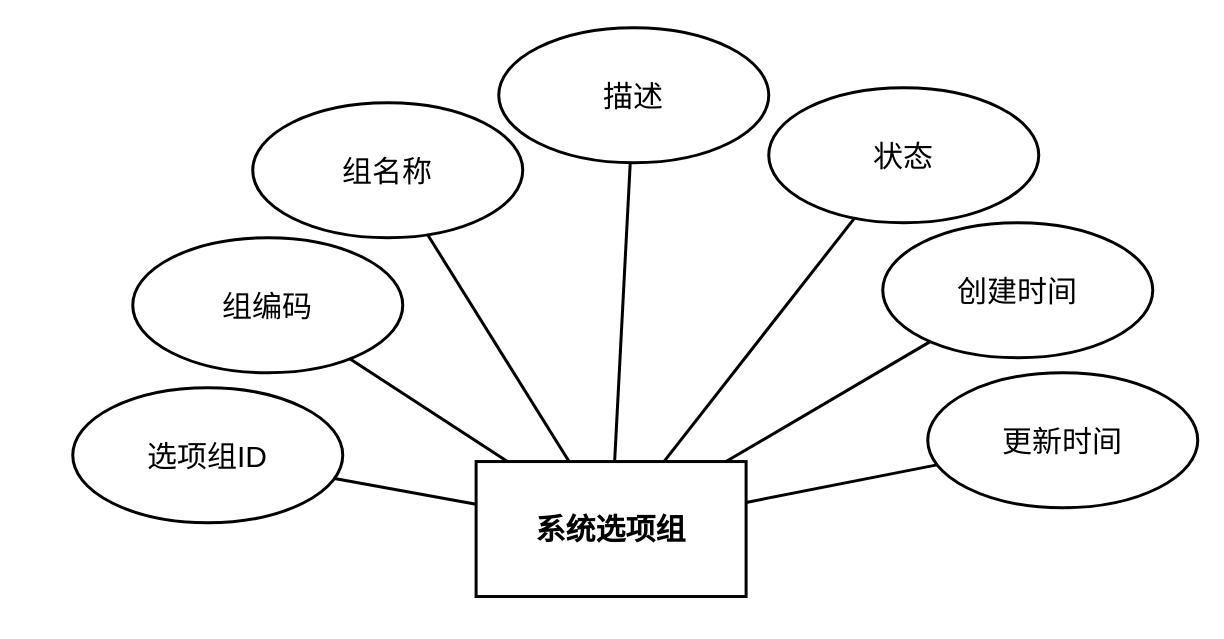
612cs/TrailQuest keeps this draw.io diagram as DOCS/architecture-diagrams/sources/实体图/system_option_groups/system_option_groups_entity.drawio. Above is the earlier version. Source tidied: cells renumbered, new cells numbered last; positions are measured from the earlier drawing's top-left corner, leaving out a move shared by most shapes. Both pictures are drawn from the tidied source at 150%, with x=0, y=0 at pixel (72, 27).
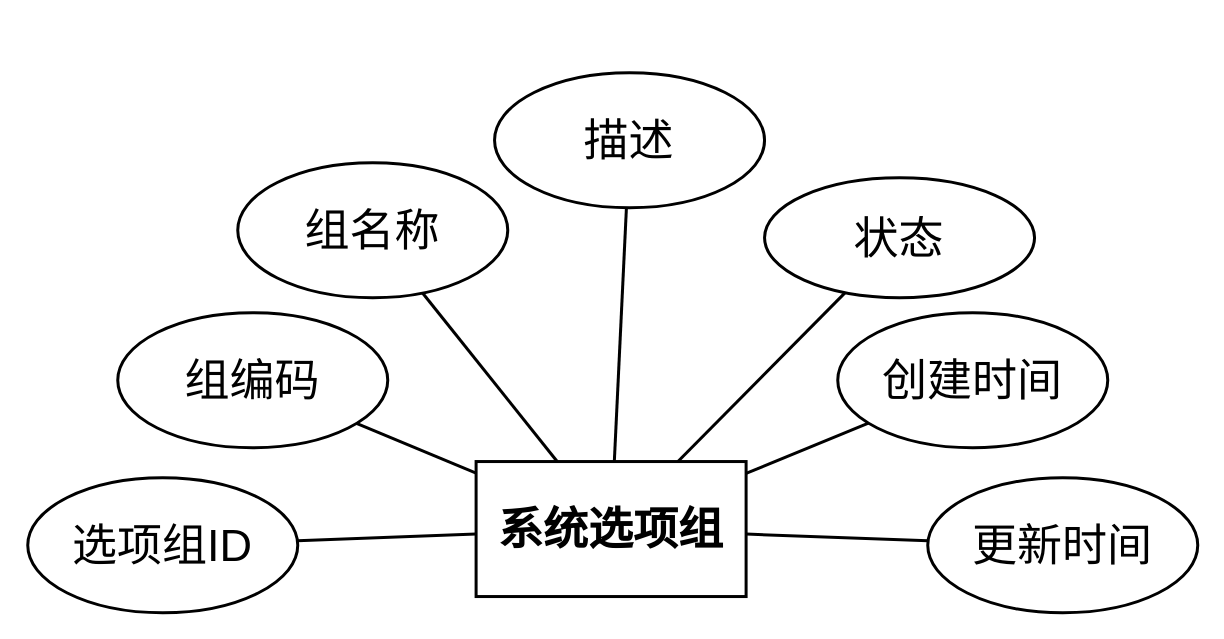
After the change.

What changed in the source:
```diff
@@
 <mxGraphModel>
   <root>
     <mxCell id="0" />
     <mxCell id="1" parent="0" />
-    <mxCell id="2" value="系统选项组" style="rounded=0;whiteSpace=wrap;html=1;fillColor=none;strokeColor=#000000;fontColor=#000000;fontFamily=Arial;fontSize=20;fontStyle=1;align=center;verticalAlign=middle;strokeWidth=2;gradientColor=none;shadow=0;glass=0;" parent="1" vertex="1">
+    <mxCell id="2" value="系统选项组" style="rounded=0;whiteSpace=wrap;html=1;fillColor=none;strokeColor=#000000;fontColor=#000000;fontFamily=Arial;fontSize=30;fontStyle=1;align=center;verticalAlign=middle;strokeWidth=2;gradientColor=none;shadow=0;glass=0;" parent="1" vertex="1">
       <mxGeometry x="268.9" y="289.2" width="180" height="90" as="geometry" />
     </mxCell>
-    <mxCell id="3" value="选项组ID" style="ellipse;whiteSpace=wrap;html=1;fillColor=none;strokeColor=#000000;fontColor=#000000;fontFamily=Arial;fontSize=20;align=center;verticalAlign=middle;strokeWidth=2;gradientColor=none;shadow=0;glass=0;" parent="1" vertex="1">
-      <mxGeometry y="240" width="180" height="90" as="geometry" />
+    <mxCell id="3" value="选项组ID" style="ellipse;whiteSpace=wrap;html=1;fillColor=none;strokeColor=#000000;fontColor=#000000;fontFamily=Arial;fontSize=30;align=center;verticalAlign=middle;strokeWidth=2;gradientColor=none;shadow=0;glass=0;" parent="1" vertex="1">
+      <mxGeometry x="-30" y="300" width="180" height="90" as="geometry" />
     </mxCell>
-    <mxCell id="4" value="组编码" style="ellipse;whiteSpace=wrap;html=1;fillColor=none;strokeColor=#000000;fontColor=#000000;fontFamily=Arial;fontSize=20;align=center;verticalAlign=middle;strokeWidth=2;gradientColor=none;shadow=0;glass=0;" parent="1" vertex="1">
-      <mxGeometry x="40" y="140" width="180" height="90" as="geometry" />
+    <mxCell id="4" value="组编码" style="ellipse;whiteSpace=wrap;html=1;fillColor=none;strokeColor=#000000;fontColor=#000000;fontFamily=Arial;fontSize=30;align=center;verticalAlign=middle;strokeWidth=2;gradientColor=none;shadow=0;glass=0;" parent="1" vertex="1">
+      <mxGeometry x="30" y="190" width="180" height="90" as="geometry" />
     </mxCell>
-    <mxCell id="5" value="组名称" style="ellipse;whiteSpace=wrap;html=1;fillColor=none;strokeColor=#000000;fontColor=#000000;fontFamily=Arial;fontSize=20;align=center;verticalAlign=middle;strokeWidth=2;gradientColor=none;shadow=0;glass=0;" parent="1" vertex="1">
-      <mxGeometry x="120" y="50" width="180" height="90" as="geometry" />
+    <mxCell id="5" value="组名称" style="ellipse;whiteSpace=wrap;html=1;fillColor=none;strokeColor=#000000;fontColor=#000000;fontFamily=Arial;fontSize=30;align=center;verticalAlign=middle;strokeWidth=2;gradientColor=none;shadow=0;glass=0;" parent="1" vertex="1">
+      <mxGeometry x="110" y="90" width="180" height="90" as="geometry" />
     </mxCell>
-    <mxCell id="6" value="描述" style="ellipse;whiteSpace=wrap;html=1;fillColor=none;strokeColor=#000000;fontColor=#000000;fontFamily=Arial;fontSize=20;align=center;verticalAlign=middle;strokeWidth=2;gradientColor=none;shadow=0;glass=0;" parent="1" vertex="1">
-      <mxGeometry x="284" width="180" height="90" as="geometry" />
+    <mxCell id="6" value="描述" style="ellipse;whiteSpace=wrap;html=1;fillColor=none;strokeColor=#000000;fontColor=#000000;fontFamily=Arial;fontSize=30;align=center;verticalAlign=middle;strokeWidth=2;gradientColor=none;shadow=0;glass=0;" parent="1" vertex="1">
+      <mxGeometry x="281.2" y="30" width="180" height="90" as="geometry" />
     </mxCell>
-    <mxCell id="7" value="状态" style="ellipse;whiteSpace=wrap;html=1;fillColor=none;strokeColor=#000000;fontColor=#000000;fontFamily=Arial;fontSize=20;align=center;verticalAlign=middle;strokeWidth=2;gradientColor=none;shadow=0;glass=0;" parent="1" vertex="1">
-      <mxGeometry x="464" y="40" width="180" height="90" as="geometry" />
+    <mxCell id="7" value="状态" style="ellipse;whiteSpace=wrap;html=1;fillColor=none;strokeColor=#000000;fontColor=#000000;fontFamily=Arial;fontSize=30;align=center;verticalAlign=middle;strokeWidth=2;gradientColor=none;shadow=0;glass=0;" parent="1" vertex="1">
+      <mxGeometry x="461.2" y="100" width="180" height="80" as="geometry" />
     </mxCell>
-    <mxCell id="8" value="创建时间" style="ellipse;whiteSpace=wrap;html=1;fillColor=none;strokeColor=#000000;fontColor=#000000;fontFamily=Arial;fontSize=20;align=center;verticalAlign=middle;strokeWidth=2;gradientColor=none;shadow=0;glass=0;" parent="1" vertex="1">
-      <mxGeometry x="540" y="130" width="180" height="90" as="geometry" />
+    <mxCell id="8" value="创建时间" style="ellipse;whiteSpace=wrap;html=1;fillColor=none;strokeColor=#000000;fontColor=#000000;fontFamily=Arial;fontSize=30;align=center;verticalAlign=middle;strokeWidth=2;gradientColor=none;shadow=0;glass=0;" parent="1" vertex="1">
+      <mxGeometry x="510" y="190" width="180" height="90" as="geometry" />
     </mxCell>
-    <mxCell id="9" value="更新时间" style="ellipse;whiteSpace=wrap;html=1;fillColor=none;strokeColor=#000000;fontColor=#000000;fontFamily=Arial;fontSize=20;align=center;verticalAlign=middle;strokeWidth=2;gradientColor=none;shadow=0;glass=0;" parent="1" vertex="1">
-      <mxGeometry x="570" y="230" width="180" height="90" as="geometry" />
+    <mxCell id="9" value="更新时间" style="ellipse;whiteSpace=wrap;html=1;fillColor=none;strokeColor=#000000;fontColor=#000000;fontFamily=Arial;fontSize=30;align=center;verticalAlign=middle;strokeWidth=2;gradientColor=none;shadow=0;glass=0;" parent="1" vertex="1">
+      <mxGeometry x="570" y="300" width="180" height="90" as="geometry" />
     </mxCell>
-    <mxCell id="10" style="endArrow=none;html=1;rounded=0;strokeColor=#000000;strokeWidth=2;" parent="1" edge="1" source="2" target="3">
+    <mxCell id="10" style="endArrow=none;html=1;rounded=0;strokeColor=#000000;strokeWidth=2;fontSize=30;" parent="1" edge="1" source="2" target="3">
       <mxGeometry relative="1" as="geometry" />
     </mxCell>
-    <mxCell id="11" style="endArrow=none;html=1;rounded=0;strokeColor=#000000;strokeWidth=2;" parent="1" edge="1" source="2" target="4">
+    <mxCell id="11" style="endArrow=none;html=1;rounded=0;strokeColor=#000000;strokeWidth=2;fontSize=30;" parent="1" edge="1" source="2" target="4">
       <mxGeometry relative="1" as="geometry" />
     </mxCell>
-    <mxCell id="12" style="endArrow=none;html=1;rounded=0;strokeColor=#000000;strokeWidth=2;" parent="1" edge="1" source="2" target="5">
+    <mxCell id="12" style="endArrow=none;html=1;rounded=0;strokeColor=#000000;strokeWidth=2;fontSize=30;" parent="1" edge="1" source="2" target="5">
       <mxGeometry relative="1" as="geometry" />
     </mxCell>
-    <mxCell id="13" style="endArrow=none;html=1;rounded=0;strokeColor=#000000;strokeWidth=2;" parent="1" edge="1" source="2" target="6">
+    <mxCell id="13" style="endArrow=none;html=1;rounded=0;strokeColor=#000000;strokeWidth=2;fontSize=30;" parent="1" edge="1" source="2" target="6">
       <mxGeometry relative="1" as="geometry" />
     </mxCell>
-    <mxCell id="14" style="endArrow=none;html=1;rounded=0;strokeColor=#000000;strokeWidth=2;" parent="1" edge="1" source="2" target="7">
+    <mxCell id="14" style="endArrow=none;html=1;rounded=0;strokeColor=#000000;strokeWidth=2;fontSize=30;" parent="1" edge="1" source="2" target="7">
       <mxGeometry relative="1" as="geometry" />
     </mxCell>
-    <mxCell id="15" style="endArrow=none;html=1;rounded=0;strokeColor=#000000;strokeWidth=2;" parent="1" edge="1" source="2" target="8">
+    <mxCell id="15" style="endArrow=none;html=1;rounded=0;strokeColor=#000000;strokeWidth=2;fontSize=30;" parent="1" edge="1" source="2" target="8">
       <mxGeometry relative="1" as="geometry" />
     </mxCell>
-    <mxCell id="16" style="endArrow=none;html=1;rounded=0;strokeColor=#000000;strokeWidth=2;" parent="1" edge="1" source="2" target="9">
+    <mxCell id="16" style="endArrow=none;html=1;rounded=0;strokeColor=#000000;strokeWidth=2;fontSize=30;" parent="1" edge="1" source="2" target="9">
       <mxGeometry relative="1" as="geometry" />
     </mxCell>
   </root>
 </mxGraphModel>
```
